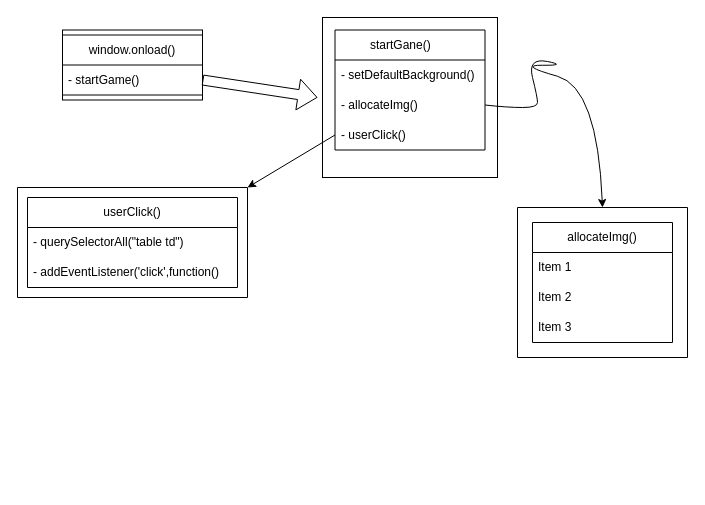
Earlier version of the draw.io diagram memorygame.drawio (MilenkoskiDarko/MemoryGame). Source tidied: cells renumbered, new cells numbered last; positions are measured from the earlier drawing's top-left corner, leaving out a move shared by most shapes. Both pictures are drawn from the tidied source at 100%, with x=0, y=0 at pixel (17, 17).
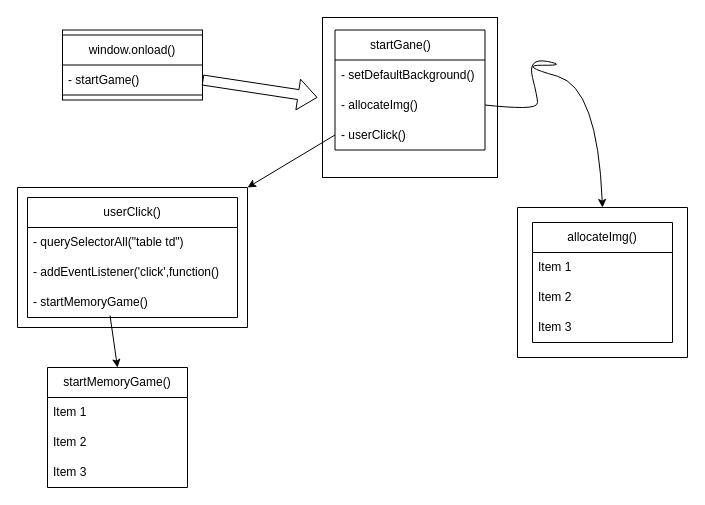
Above is the later version.

What changed in the source:
```diff
@@
     <mxCell id="11" value="userClick()" style="swimlane;fontStyle=0;horizontal=1;startSize=30;whiteSpace=wrap;html=1;" parent="1" vertex="1">
-      <mxGeometry x="10" y="180" width="210" height="90" as="geometry" />
+      <mxGeometry x="10" y="180" width="210" height="120" as="geometry" />
     </mxCell>
@@
+    <mxCell id="22" value="- startMemoryGame()" style="text;strokeColor=none;fillColor=none;align=left;verticalAlign=middle;spacingLeft=4;spacingRight=4;overflow=hidden;points=[[0,0.5],[1,0.5]];portConstraint=eastwest;whiteSpace=wrap;html=1;" parent="11" vertex="1">
+      <mxGeometry y="90" width="210" height="30" as="geometry" />
+    </mxCell>
     <mxCell id="14" style="swimlane;startSize=0;" parent="1" vertex="1">
-      <mxGeometry y="170" width="230" height="110" as="geometry" />
+      <mxGeometry y="170" width="230" height="140" as="geometry" />
     </mxCell>
@@
+    <mxCell id="23" value="startMemoryGame()" style="swimlane;fontStyle=0;horizontal=1;startSize=30;whiteSpace=wrap;html=1;" parent="1" vertex="1">
+      <mxGeometry x="30" y="350" width="140" height="120" as="geometry" />
+    </mxCell>
+    <mxCell id="24" value="Item 1" style="text;strokeColor=none;fillColor=none;align=left;verticalAlign=middle;spacingLeft=4;spacingRight=4;overflow=hidden;whiteSpace=wrap;html=1;" parent="23" vertex="1">
+      <mxGeometry y="30" width="140" height="30" as="geometry" />
+    </mxCell>
+    <mxCell id="25" value="Item 2" style="text;strokeColor=none;fillColor=none;align=left;verticalAlign=middle;spacingLeft=4;spacingRight=4;overflow=hidden;whiteSpace=wrap;html=1;" parent="23" vertex="1">
+      <mxGeometry y="60" width="140" height="30" as="geometry" />
+    </mxCell>
+    <mxCell id="26" value="Item 3" style="text;strokeColor=none;fillColor=none;align=left;verticalAlign=middle;spacingLeft=4;spacingRight=4;overflow=hidden;whiteSpace=wrap;html=1;" parent="23" vertex="1">
+      <mxGeometry y="90" width="140" height="30" as="geometry" />
+    </mxCell>
+    <mxCell id="27" style="endArrow=classic;html=1;rounded=0;exitX=0.393;exitY=0.933;exitDx=0;exitDy=0;exitPerimeter=0;entryX=0.5;entryY=0;entryDx=0;entryDy=0;" parent="1" edge="1" source="22" target="23">
+      <mxGeometry relative="1" as="geometry" />
+    </mxCell>
```
